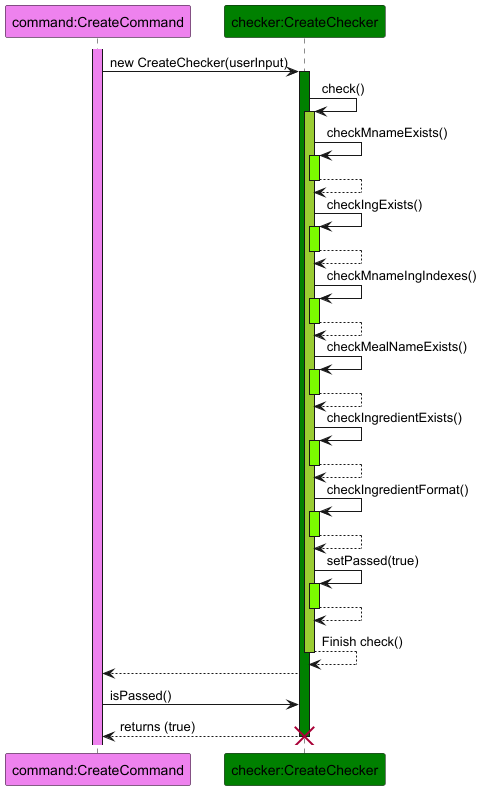
wentuoc/tp keeps this PlantUML diagram as docs/diagrams/CreateChecker.png. Above is the earlier version.
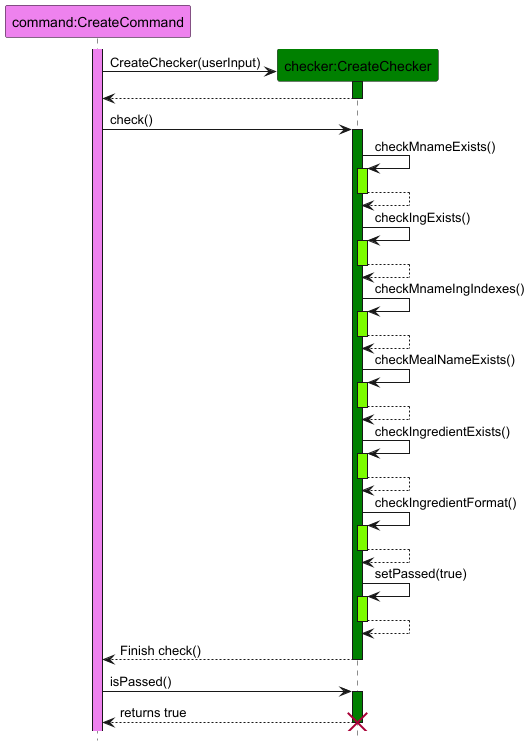
After the commit.

Commit message:
Rectify mistakes in CreateChecker.png and CreateCommand.png

What changed in the source:
```diff
@@ -1,11 +1,17 @@
 @startuml
+hide footbox
+skinparam sequenceReferenceBackgroundColor #f7807c
+
 participant "command:CreateCommand" as CreateCommand #Violet
 participant "checker:CreateChecker" as CreateChecker #Green
 activate CreateCommand #Violet
-CreateCommand -> CreateChecker : new CreateChecker(userInput)
+create CreateChecker
+CreateCommand -> CreateChecker : CreateChecker(userInput)
 activate CreateChecker #Green
-CreateChecker -> CreateChecker : check()
-activate CreateChecker #YellowGreen
+CreateChecker --> CreateCommand
+deactivate CreateChecker
+CreateCommand -> CreateChecker : check()
+activate CreateChecker #Green
 CreateChecker -> CreateChecker : checkMnameExists()
 activate CreateChecker #LawnGreen
 CreateChecker --> CreateChecker
@@ -34,11 +40,12 @@
 activate CreateChecker #LawnGreen
 CreateChecker --> CreateChecker
 deactivate CreateChecker
-CreateChecker --> CreateChecker : Finish check()
+CreateChecker --> CreateCommand: Finish check()
 deactivate CreateChecker
-CreateChecker --> CreateCommand
+
 CreateCommand -> CreateChecker : isPassed()
-CreateChecker --> CreateCommand : returns (true)
+activate CreateChecker #Green
+CreateChecker --> CreateCommand : returns true
 deactivate CreateChecker
 destroy CreateChecker
 @enduml
```
